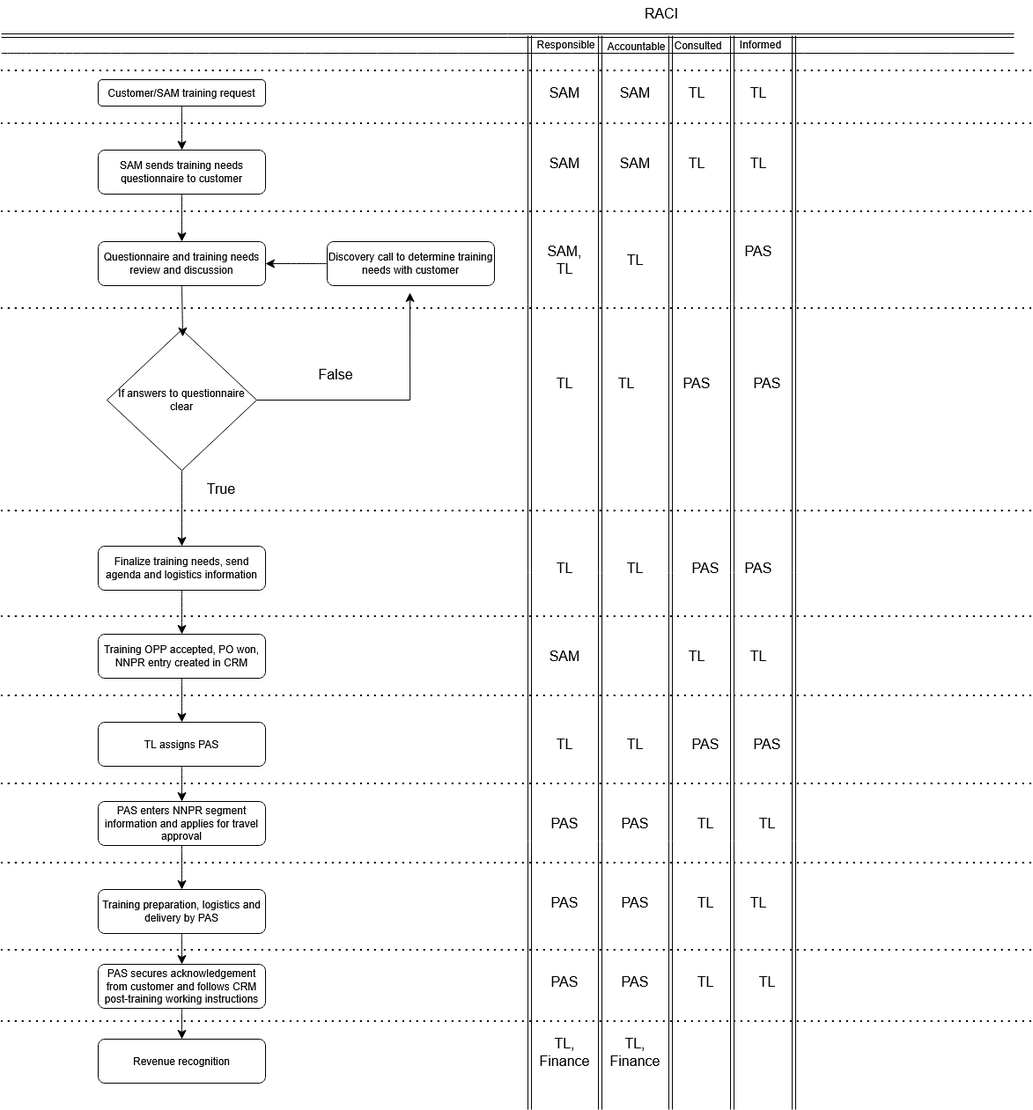
The draw.io diagram Postsales_Process.drawio.png in srivats2/dotfiles, before a commit. Source tidied: cells renumbered, new cells last; positions are measured from the earlier drawing's top-left corner, leaving out a move shared by most shapes.
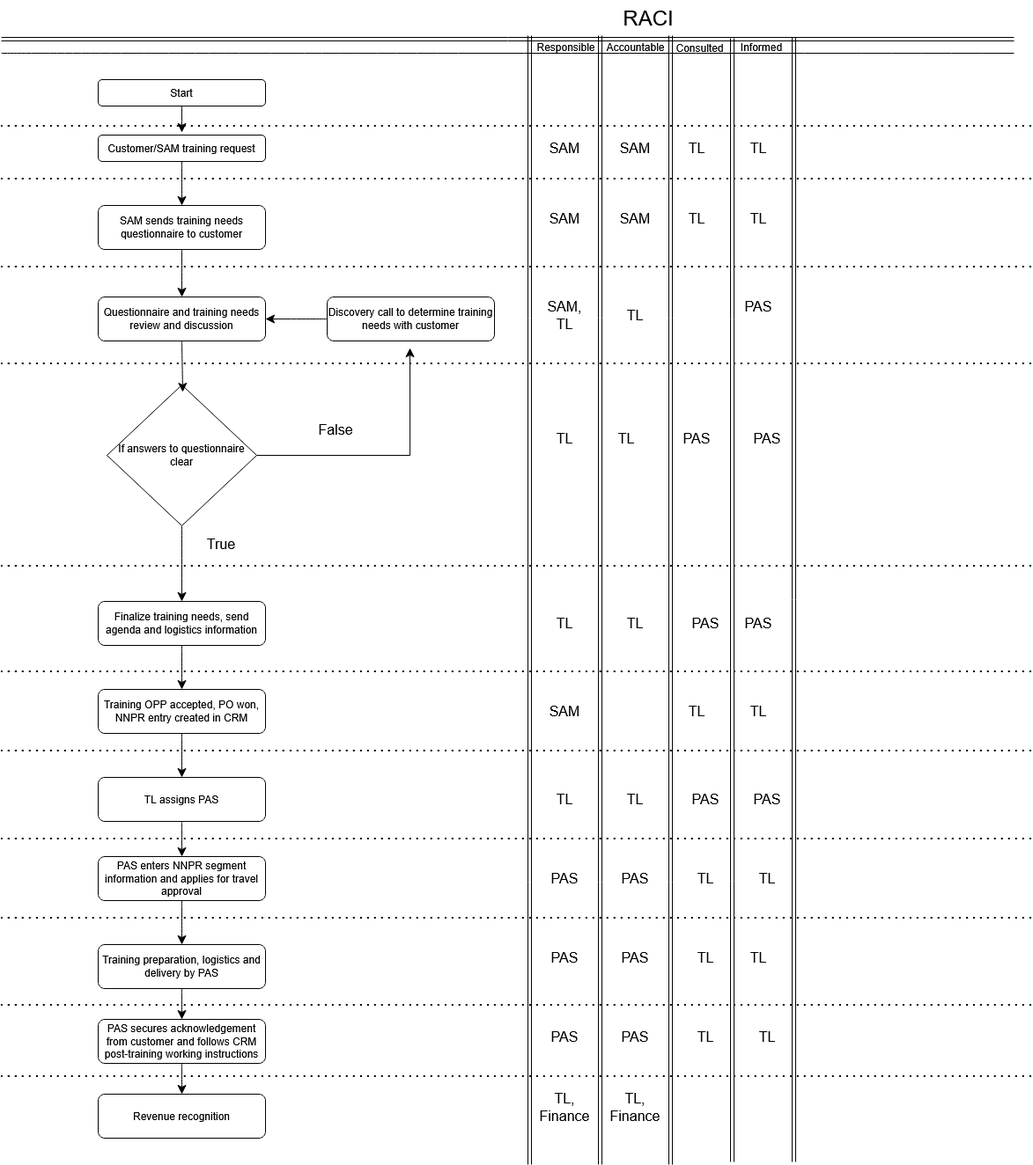
The same file after the commit.

Diff of the diagram source:
```diff
@@ -10,66 +10,68 @@
     </mxCell>
     <mxCell id="4" style="endArrow=none;html=1;rounded=0;fontSize=12;startSize=8;endSize=8;curved=1;labelBackgroundColor=none;fontColor=default;" parent="1" edge="1">
       <mxGeometry relative="1" as="geometry">
-        <mxPoint y="60" as="sourcePoint" />
-        <mxPoint x="1150" y="60" as="targetPoint" />
+        <mxPoint y="-3" as="sourcePoint" />
+        <mxPoint x="1150" y="-3" as="targetPoint" />
       </mxGeometry>
     </mxCell>
     <mxCell id="5" style="shape=link;html=1;rounded=0;fontSize=12;startSize=8;endSize=8;curved=1;labelBackgroundColor=none;fontColor=default;" parent="1" edge="1">
       <mxGeometry relative="1" as="geometry">
-        <mxPoint y="40" as="sourcePoint" />
-        <mxPoint x="1150" y="40" as="targetPoint" />
+        <mxPoint y="-19" as="sourcePoint" />
+        <mxPoint x="1150" y="-19" as="targetPoint" />
       </mxGeometry>
     </mxCell>
     <mxCell id="6" value="Responsible" style="edgeLabel;html=1;align=center;verticalAlign=middle;fontSize=12;labelBackgroundColor=none;" parent="5" vertex="1">
       <mxGeometry x="0.56" y="-9" relative="1" as="geometry">
-        <mxPoint x="-254" as="offset" />
+        <mxPoint x="-254" y="-1" as="offset" />
       </mxGeometry>
     </mxCell>
     <mxCell id="7" value="Accountable" style="edgeLabel;html=1;align=center;verticalAlign=middle;fontSize=12;labelBackgroundColor=none;" parent="5" vertex="1">
       <mxGeometry x="0.64" y="-11" relative="1" as="geometry">
-        <mxPoint x="-226" as="offset" />
+        <mxPoint x="-227" y="-3" as="offset" />
       </mxGeometry>
     </mxCell>
     <mxCell id="8" value="Consulted" style="edgeLabel;html=1;align=center;verticalAlign=middle;fontSize=12;labelBackgroundColor=none;" parent="5" vertex="1">
       <mxGeometry x="0.74" y="-11" relative="1" as="geometry">
-        <mxPoint x="-208" y="-1" as="offset" />
+        <mxPoint x="-206" y="-2" as="offset" />
       </mxGeometry>
     </mxCell>
     <mxCell id="9" value="Informed" style="edgeLabel;html=1;align=center;verticalAlign=middle;fontSize=12;labelBackgroundColor=none;" parent="5" vertex="1">
-      <mxGeometry x="0.5" y="-9" relative="1" as="geometry" />
+      <mxGeometry x="0.5" y="-9" relative="1" as="geometry">
+        <mxPoint x="1" y="-1" as="offset" />
+      </mxGeometry>
     </mxCell>
     <mxCell id="10" style="shape=link;html=1;rounded=0;fontSize=12;startSize=8;endSize=8;curved=1;labelBackgroundColor=none;fontColor=default;" parent="1" edge="1">
       <mxGeometry relative="1" as="geometry">
-        <mxPoint x="600" y="40" as="sourcePoint" />
+        <mxPoint x="600" y="-23" as="sourcePoint" />
         <mxPoint x="600" y="1260" as="targetPoint" />
       </mxGeometry>
     </mxCell>
     <mxCell id="11" style="shape=link;html=1;rounded=0;fontSize=12;startSize=8;endSize=8;curved=1;labelBackgroundColor=none;fontColor=default;" parent="1" edge="1">
       <mxGeometry relative="1" as="geometry">
-        <mxPoint x="680" y="40" as="sourcePoint" />
+        <mxPoint x="680" y="-23" as="sourcePoint" />
         <mxPoint x="680" y="1260" as="targetPoint" />
       </mxGeometry>
     </mxCell>
     <mxCell id="12" style="shape=link;html=1;rounded=0;fontSize=12;startSize=8;endSize=8;curved=1;labelBackgroundColor=none;fontColor=default;" parent="1" edge="1">
       <mxGeometry relative="1" as="geometry">
-        <mxPoint x="760" y="40" as="sourcePoint" />
+        <mxPoint x="760" y="-23" as="sourcePoint" />
         <mxPoint x="760" y="1260" as="targetPoint" />
       </mxGeometry>
     </mxCell>
     <mxCell id="13" style="shape=link;html=1;rounded=0;fontSize=12;startSize=8;endSize=8;curved=1;labelBackgroundColor=none;fontColor=default;" parent="1" edge="1">
       <mxGeometry relative="1" as="geometry">
-        <mxPoint x="830" y="40" as="sourcePoint" />
-        <mxPoint x="830" y="1260" as="targetPoint" />
+        <mxPoint x="830" y="-20" as="sourcePoint" />
+        <mxPoint x="830" y="1257" as="targetPoint" />
       </mxGeometry>
     </mxCell>
     <mxCell id="14" style="shape=link;html=1;rounded=0;fontSize=12;startSize=8;endSize=8;curved=1;labelBackgroundColor=none;fontColor=default;" parent="1" edge="1">
       <mxGeometry relative="1" as="geometry">
-        <mxPoint x="900" y="40" as="sourcePoint" />
-        <mxPoint x="900" y="1260" as="targetPoint" />
+        <mxPoint x="900" y="-21" as="sourcePoint" />
+        <mxPoint x="900" y="1257" as="targetPoint" />
       </mxGeometry>
     </mxCell>
-    <mxCell id="15" value="RACI" style="text;html=1;whiteSpace=wrap;strokeColor=none;fillColor=none;align=center;verticalAlign=middle;rounded=0;fontSize=16;labelBackgroundColor=none;" parent="1" vertex="1">
-      <mxGeometry x="720" width="60" height="30" as="geometry" />
+    <mxCell id="15" value="&lt;font style=&quot;font-size: 24px;&quot;&gt;RACI&lt;/font&gt;" style="text;html=1;whiteSpace=wrap;strokeColor=none;fillColor=none;align=center;verticalAlign=middle;rounded=0;fontSize=16;labelBackgroundColor=none;" parent="1" vertex="1">
+      <mxGeometry x="680" y="-63" width="110" height="40" as="geometry" />
     </mxCell>
     <mxCell id="16" style="edgeStyle=none;curved=1;rounded=0;jettySize=auto;html=1;fontSize=12;startSize=8;endSize=8;entryX=0.5;entryY=0;entryDx=0;entryDy=0;labelBackgroundColor=none;fontColor=default;" parent="1" edge="1" source="17" target="18">
       <mxGeometry relative="1" as="geometry" />
@@ -329,5 +331,13 @@
     <mxCell id="90" value="TL, Finance" style="text;html=1;whiteSpace=wrap;strokeColor=none;fillColor=none;align=center;verticalAlign=middle;rounded=0;fontSize=16;labelBackgroundColor=none;" parent="1" vertex="1">
       <mxGeometry x="690" y="1180" width="60" height="30" as="geometry" />
     </mxCell>
+    <mxCell id="91" style="edgeStyle=none;curved=1;rounded=0;jettySize=auto;html=1;fontSize=12;startSize=8;endSize=8;" parent="1" edge="1" source="92">
+      <mxGeometry relative="1" as="geometry">
+        <mxPoint x="205" y="87" as="targetPoint" />
+      </mxGeometry>
+    </mxCell>
+    <mxCell id="92" value="Start" style="rounded=1;whiteSpace=wrap;html=1;labelBackgroundColor=none;" parent="1" vertex="1">
+      <mxGeometry x="110" y="27" width="190" height="30" as="geometry" />
+    </mxCell>
   </root>
 </mxGraphModel>
```
